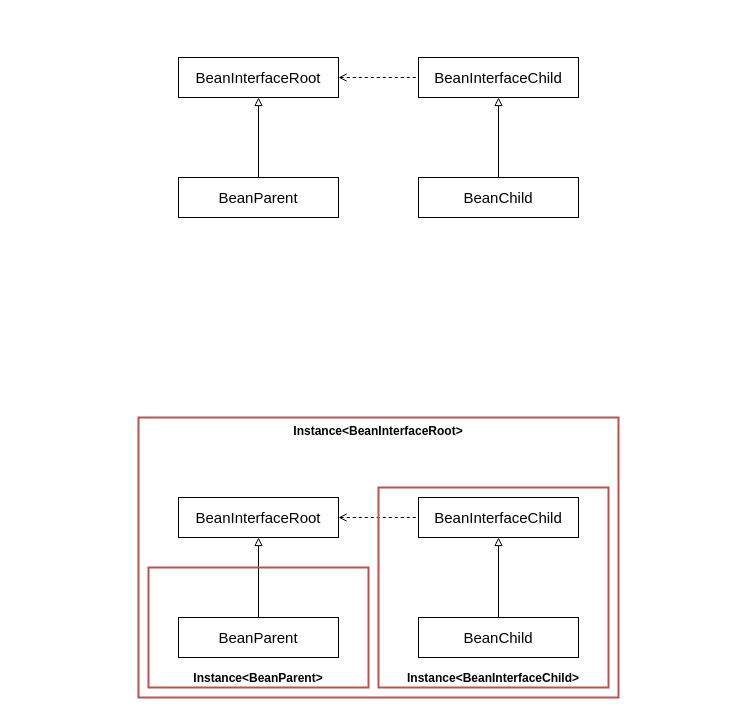
Above: page "Instance" (13 of 13) of docs/drawings.drawio in Gepardec/cdi-training (draw.io), before the change. Source tidied: cells renumbered, new cells numbered last; positions are measured from the earlier drawing's top-left corner, leaving out a move shared by most shapes. Both pictures are drawn from the tidied source at 100%, with x=0, y=0 at pixel (138, 57).
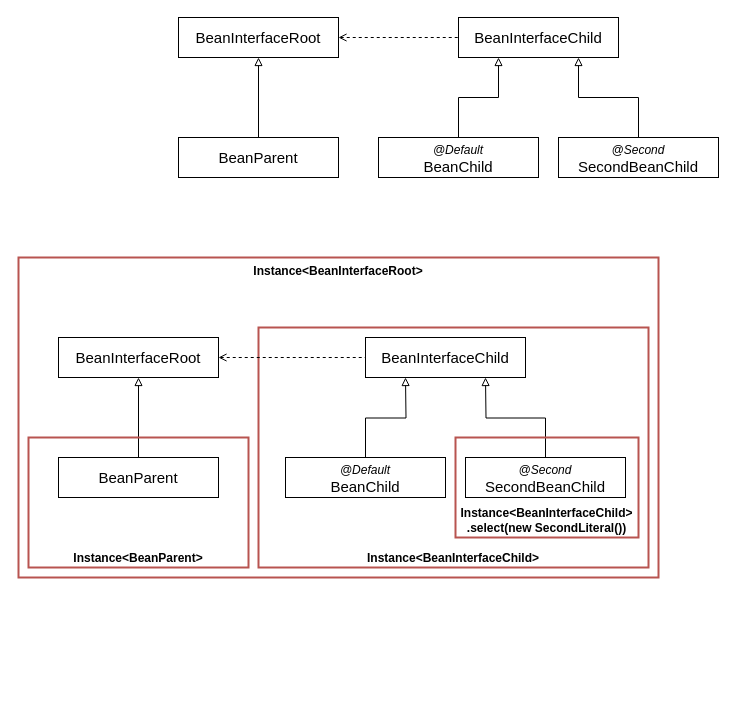
Above is the later version.

The edit, as a diff of the source:
```diff
@@
     <mxCell id="2" value="&lt;span style=&quot;font-weight: 700; font-size: 12px;&quot;&gt;Instance&amp;lt;BeanInterfaceRoot&amp;gt;&lt;/span&gt;" style="rounded=0;whiteSpace=wrap;html=1;fontSize=12;verticalAlign=top;fillColor=none;strokeColor=#b85450;strokeWidth=2;" parent="1" vertex="1">
-      <mxGeometry y="360" width="480" height="280" as="geometry" />
+      <mxGeometry x="-120" y="200" width="640" height="320" as="geometry" />
     </mxCell>
+    <mxCell id="10" value="&lt;span style=&quot;font-weight: 700; font-size: 12px;&quot;&gt;Instance&amp;lt;BeanInterfaceChild&amp;gt;&lt;/span&gt;" style="rounded=0;whiteSpace=wrap;html=1;fontSize=12;verticalAlign=bottom;fillColor=none;strokeColor=#b85450;strokeWidth=2;" parent="1" vertex="1">
+      <mxGeometry x="120" y="270" width="390" height="240" as="geometry" />
+    </mxCell>
@@
     <mxCell id="4" value="BeanInterfaceRoot" style="rounded=0;whiteSpace=wrap;html=1;fontSize=15;verticalAlign=middle;fontStyle=0;spacingLeft=0;align=center;" parent="1" vertex="1">
-      <mxGeometry x="40" y="440" width="160" height="40" as="geometry" />
+      <mxGeometry x="-80" y="280" width="160" height="40" as="geometry" />
     </mxCell>
     <mxCell id="5" value="BeanInterfaceChild" style="rounded=0;whiteSpace=wrap;html=1;fontSize=15;verticalAlign=middle;fontStyle=0;spacingLeft=0;align=center;" parent="1" vertex="1">
-      <mxGeometry x="280" y="440" width="160" height="40" as="geometry" />
+      <mxGeometry x="227" y="280" width="160" height="40" as="geometry" />
     </mxCell>
@@
     <mxCell id="7" value="BeanParent" style="rounded=0;whiteSpace=wrap;html=1;fontSize=15;verticalAlign=middle;fontStyle=0;spacingLeft=0;align=center;" parent="1" vertex="1">
-      <mxGeometry x="40" y="560" width="160" height="40" as="geometry" />
+      <mxGeometry x="-80" y="400" width="160" height="40" as="geometry" />
     </mxCell>
-    <mxCell id="8" style="edgeStyle=orthogonalEdgeStyle;rounded=0;jettySize=auto;html=1;entryX=0.5;entryY=1;entryDx=0;entryDy=0;startArrow=none;startFill=0;endArrow=block;endFill=0;strokeWidth=1;" parent="1" edge="1" source="9" target="5">
-      <mxGeometry relative="1" as="geometry" />
-    </mxCell>
-    <mxCell id="9" value="BeanChild" style="rounded=0;whiteSpace=wrap;html=1;fontSize=15;verticalAlign=middle;fontStyle=0;spacingLeft=0;align=center;" parent="1" vertex="1">
-      <mxGeometry x="280" y="560" width="160" height="40" as="geometry" />
-    </mxCell>
-    <mxCell id="10" value="&lt;span style=&quot;font-weight: 700; font-size: 12px;&quot;&gt;Instance&amp;lt;BeanInterfaceChild&amp;gt;&lt;/span&gt;" style="rounded=0;whiteSpace=wrap;html=1;fontSize=12;verticalAlign=bottom;fillColor=none;strokeColor=#b85450;strokeWidth=2;" parent="1" vertex="1">
-      <mxGeometry x="240" y="430" width="230" height="200" as="geometry" />
-    </mxCell>
     <mxCell id="11" value="&lt;span style=&quot;font-weight: 700; font-size: 12px;&quot;&gt;Instance&amp;lt;BeanParent&amp;gt;&lt;/span&gt;" style="rounded=0;whiteSpace=wrap;html=1;fontSize=12;verticalAlign=bottom;fillColor=none;strokeColor=#b85450;strokeWidth=2;" parent="1" vertex="1">
-      <mxGeometry x="10" y="510" width="220" height="120" as="geometry" />
+      <mxGeometry x="-110" y="380" width="220" height="130" as="geometry" />
     </mxCell>
@@
     <mxCell id="13" value="BeanInterfaceRoot" style="rounded=0;whiteSpace=wrap;html=1;fontSize=15;verticalAlign=middle;fontStyle=0;spacingLeft=0;align=center;" parent="1" vertex="1">
-      <mxGeometry x="40" width="160" height="40" as="geometry" />
+      <mxGeometry x="40" y="-40" width="160" height="40" as="geometry" />
     </mxCell>
     <mxCell id="14" value="BeanInterfaceChild" style="rounded=0;whiteSpace=wrap;html=1;fontSize=15;verticalAlign=middle;fontStyle=0;spacingLeft=0;align=center;" parent="1" vertex="1">
-      <mxGeometry x="280" width="160" height="40" as="geometry" />
+      <mxGeometry x="320" y="-40" width="160" height="40" as="geometry" />
     </mxCell>
@@
     <mxCell id="16" value="BeanParent" style="rounded=0;whiteSpace=wrap;html=1;fontSize=15;verticalAlign=middle;fontStyle=0;spacingLeft=0;align=center;" parent="1" vertex="1">
-      <mxGeometry x="40" y="120" width="160" height="40" as="geometry" />
+      <mxGeometry x="40" y="80" width="160" height="40" as="geometry" />
     </mxCell>
-    <mxCell id="17" style="edgeStyle=orthogonalEdgeStyle;rounded=0;jettySize=auto;html=1;entryX=0.5;entryY=1;entryDx=0;entryDy=0;startArrow=none;startFill=0;endArrow=block;endFill=0;strokeWidth=1;" parent="1" edge="1" source="18" target="14">
-      <mxGeometry relative="1" as="geometry" />
-    </mxCell>
-    <mxCell id="18" value="BeanChild" style="rounded=0;whiteSpace=wrap;html=1;fontSize=15;verticalAlign=middle;fontStyle=0;spacingLeft=0;align=center;" parent="1" vertex="1">
-      <mxGeometry x="280" y="120" width="160" height="40" as="geometry" />
-    </mxCell>
+    <mxCell id="19" style="edgeStyle=orthogonalEdgeStyle;rounded=0;jettySize=auto;html=1;exitX=0.5;exitY=0;exitDx=0;exitDy=0;entryX=0.25;entryY=1;entryDx=0;entryDy=0;fontSize=12;endArrow=block;endFill=0;" parent="1" edge="1" source="20" target="14">
+      <mxGeometry relative="1" as="geometry" />
+    </mxCell>
+    <mxCell id="20" value="&lt;i&gt;&lt;font style=&quot;font-size: 12px;&quot;&gt;@Default&lt;/font&gt;&lt;/i&gt;&lt;br&gt;BeanChild" style="rounded=0;whiteSpace=wrap;html=1;fontSize=15;verticalAlign=middle;fontStyle=0;spacingLeft=0;align=center;" parent="1" vertex="1">
+      <mxGeometry x="240" y="80" width="160" height="40" as="geometry" />
+    </mxCell>
+    <mxCell id="21" style="edgeStyle=orthogonalEdgeStyle;rounded=0;jettySize=auto;html=1;exitX=0.5;exitY=0;exitDx=0;exitDy=0;entryX=0.75;entryY=1;entryDx=0;entryDy=0;fontSize=12;endArrow=block;endFill=0;" parent="1" edge="1" source="22" target="14">
+      <mxGeometry relative="1" as="geometry" />
+    </mxCell>
+    <mxCell id="22" value="&lt;i&gt;&lt;font style=&quot;font-size: 12px;&quot;&gt;@Second&lt;/font&gt;&lt;/i&gt;&lt;br&gt;SecondBeanChild" style="rounded=0;whiteSpace=wrap;html=1;fontSize=15;verticalAlign=middle;fontStyle=0;spacingLeft=0;align=center;" parent="1" vertex="1">
+      <mxGeometry x="420" y="80" width="160" height="40" as="geometry" />
+    </mxCell>
+    <mxCell id="23" style="edgeStyle=orthogonalEdgeStyle;rounded=0;jettySize=auto;html=1;exitX=0.5;exitY=0;exitDx=0;exitDy=0;entryX=0.25;entryY=1;entryDx=0;entryDy=0;fontSize=12;endArrow=block;endFill=0;" parent="1" edge="1" source="24">
+      <mxGeometry relative="1" as="geometry">
+        <mxPoint x="267" y="320" as="targetPoint" />
+      </mxGeometry>
+    </mxCell>
+    <mxCell id="24" value="&lt;i&gt;&lt;font style=&quot;font-size: 12px;&quot;&gt;@Default&lt;/font&gt;&lt;/i&gt;&lt;br&gt;BeanChild" style="rounded=0;whiteSpace=wrap;html=1;fontSize=15;verticalAlign=middle;fontStyle=0;spacingLeft=0;align=center;" parent="1" vertex="1">
+      <mxGeometry x="147" y="400" width="160" height="40" as="geometry" />
+    </mxCell>
+    <mxCell id="25" style="edgeStyle=orthogonalEdgeStyle;rounded=0;jettySize=auto;html=1;exitX=0.5;exitY=0;exitDx=0;exitDy=0;entryX=0.75;entryY=1;entryDx=0;entryDy=0;fontSize=12;endArrow=block;endFill=0;" parent="1" edge="1" source="26">
+      <mxGeometry relative="1" as="geometry">
+        <mxPoint x="347" y="320" as="targetPoint" />
+      </mxGeometry>
+    </mxCell>
+    <mxCell id="26" value="&lt;i&gt;&lt;font style=&quot;font-size: 12px;&quot;&gt;@Second&lt;/font&gt;&lt;/i&gt;&lt;br&gt;SecondBeanChild" style="rounded=0;whiteSpace=wrap;html=1;fontSize=15;verticalAlign=middle;fontStyle=0;spacingLeft=0;align=center;" parent="1" vertex="1">
+      <mxGeometry x="327" y="400" width="160" height="40" as="geometry" />
+    </mxCell>
+    <mxCell id="27" value="&lt;span style=&quot;font-weight: 700; font-size: 12px;&quot;&gt;Instance&amp;lt;BeanInterfaceChild&amp;gt;&lt;br&gt;.select(new SecondLiteral())&lt;br&gt;&lt;/span&gt;" style="rounded=0;whiteSpace=wrap;html=1;fontSize=12;verticalAlign=bottom;fillColor=none;strokeColor=#b85450;strokeWidth=2;" parent="1" vertex="1">
+      <mxGeometry x="317" y="380" width="183" height="100" as="geometry" />
+    </mxCell>
```
